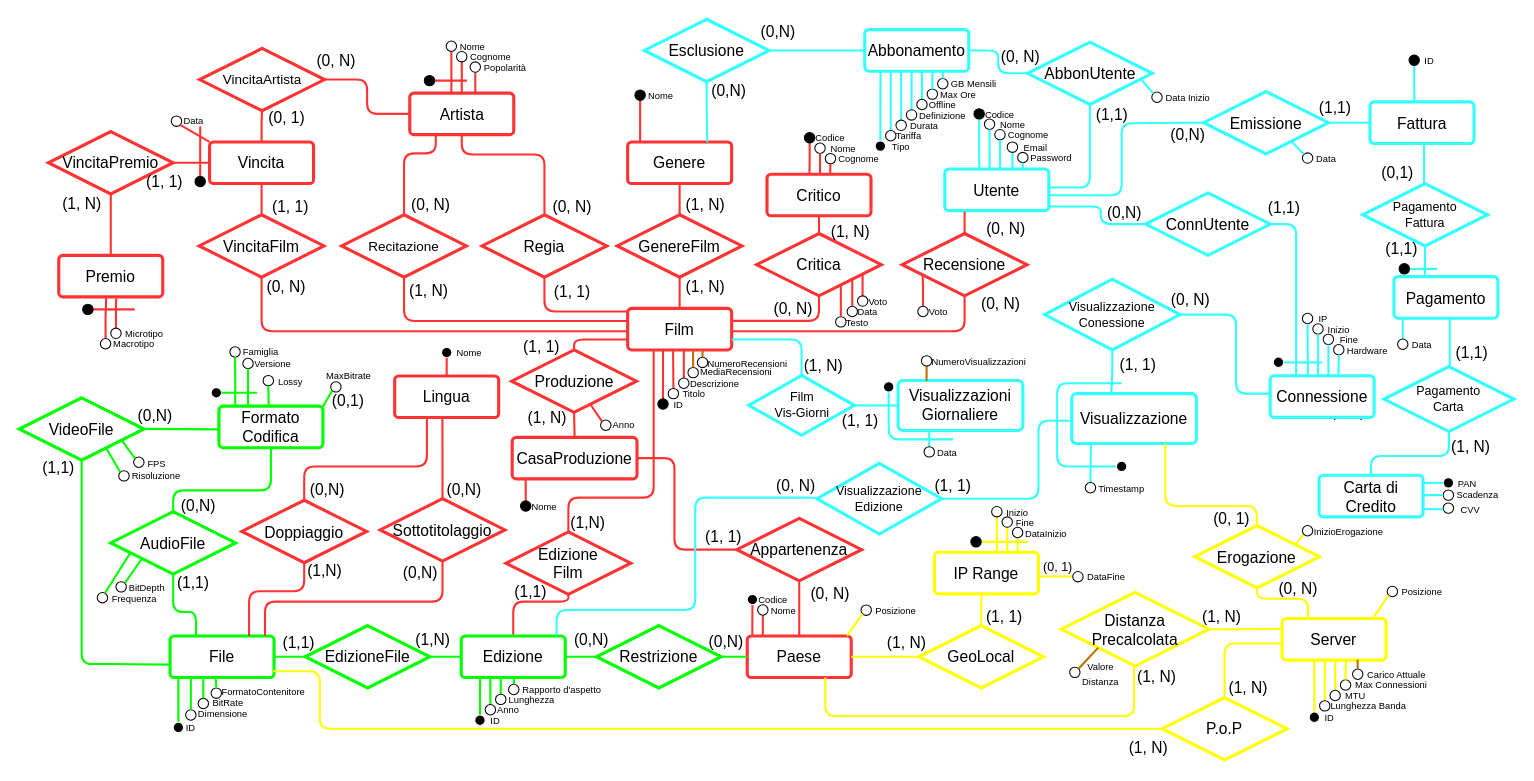
Richie314/FilmSphere keeps this draw.io diagram as page "ER - ristrutturato" (2 of 2) of ER.drawio. Above is the earlier version. Source tidied: cells renumbered, new cells numbered last; positions are measured from the earlier drawing's top-left corner, leaving out a move shared by most shapes. Both pictures are drawn from the tidied source at 104%, with x=0, y=0 at pixel (19, 19).
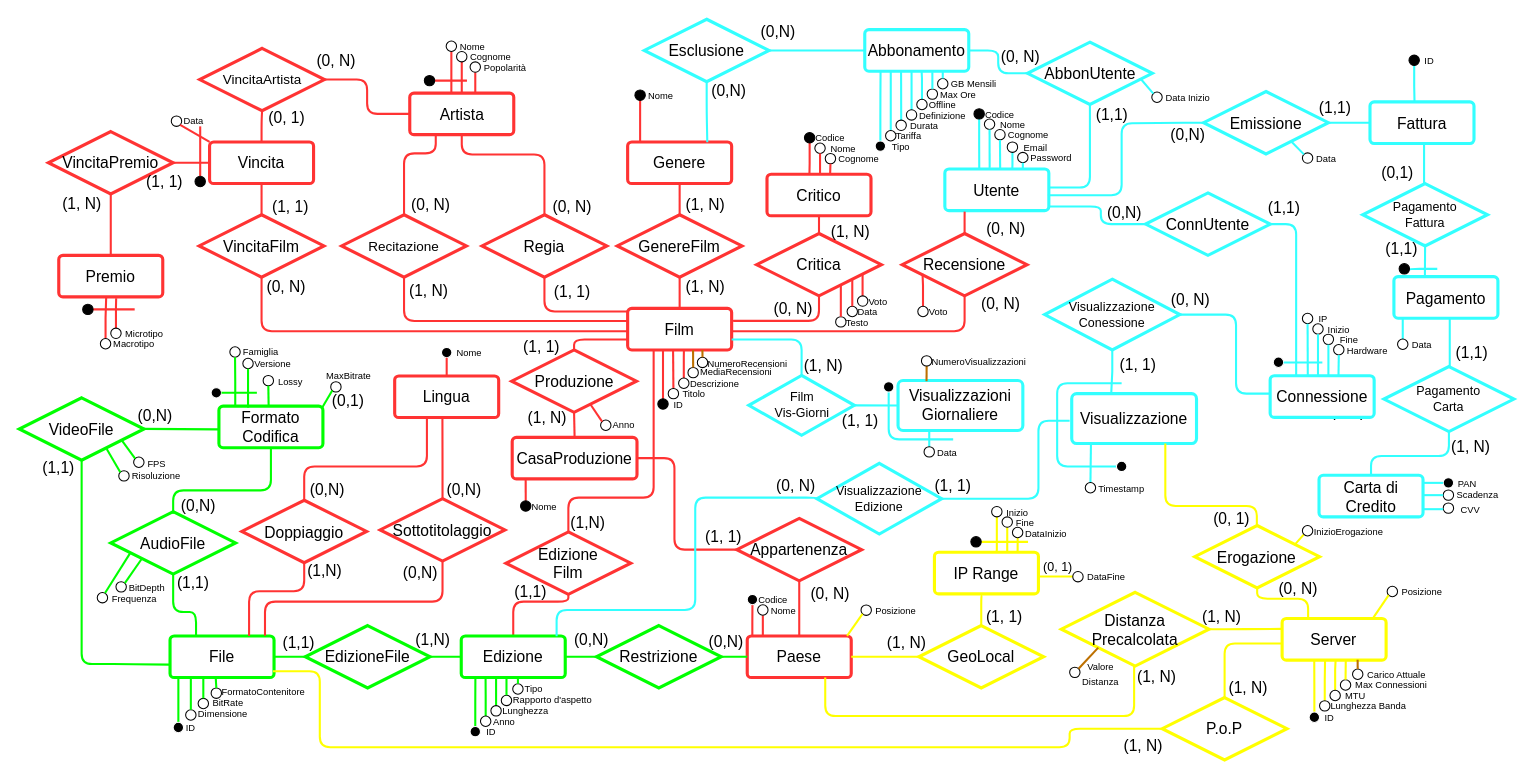
The same diagram, later.

The change refers to these unchanged cells:
```xml
<mxCell id="27" value="&lt;font style=&quot;font-size: 15px;&quot;&gt;Edizione&lt;/font&gt;" style="rounded=1;arcSize=10;whiteSpace=wrap;html=1;align=center;strokeColor=#00FF00;strokeWidth=3;" parent="1" vertex="1">
  <mxGeometry x="425" y="593" width="100" height="40" as="geometry" />
</mxCell>
```

Change to the diagram source:
```diff
@@
     <mxCell id="73" style="edgeStyle=orthogonalEdgeStyle;shape=connector;rounded=1;orthogonalLoop=1;jettySize=auto;html=1;labelBackgroundColor=default;strokeColor=#FFFF00;strokeWidth=2;fontFamily=Helvetica;fontSize=11;fontColor=default;endArrow=none;endFill=0;entryX=0;entryY=0.5;entryDx=0;entryDy=0;exitX=1;exitY=0.75;exitDx=0;exitDy=0;" parent="1" edge="1">
       <mxGeometry relative="1" as="geometry">
         <mxPoint x="244" y="627" as="sourcePoint" />
         <mxPoint x="1098" y="682.3" as="targetPoint" />
         <Array as="points">
           <mxPoint x="289" y="627" />
-          <mxPoint x="289" y="682" />
+          <mxPoint x="289" y="700" />
+          <mxPoint x="1010" y="700" />
+          <mxPoint x="1010" y="682" />
         </Array>
       </mxGeometry>
     </mxCell>
@@
-    <mxCell id="147" style="edgeStyle=orthogonalEdgeStyle;shape=connector;rounded=0;jettySize=auto;html=1;entryX=0.551;entryY=1.018;entryDx=0;entryDy=0;entryPerimeter=0;labelBackgroundColor=default;strokeColor=#00FF00;strokeWidth=2;fontFamily=Helvetica;fontSize=11;fontColor=default;endArrow=none;endFill=0;" parent="1" edge="1" source="148">
-      <mxGeometry relative="1" as="geometry">
-        <mxPoint x="443.1" y="633.7" as="targetPoint" />
-      </mxGeometry>
-    </mxCell>
-    <mxCell id="148" style="ellipse;whiteSpace=wrap;html=1;fillColor=#000000;strokeColor=#FFFFFF;" parent="1" vertex="1">
-      <mxGeometry x="438" y="669" width="10" height="10" as="geometry" />
-    </mxCell>
-    <mxCell id="149" style="edgeStyle=orthogonalEdgeStyle;shape=connector;rounded=0;jettySize=auto;html=1;entryX=0.649;entryY=1.032;entryDx=0;entryDy=0;entryPerimeter=0;labelBackgroundColor=default;strokeColor=#00FF00;strokeWidth=2;fontFamily=Helvetica;fontSize=11;fontColor=default;endArrow=none;endFill=0;" parent="1" edge="1" source="150">
-      <mxGeometry relative="1" as="geometry">
-        <mxPoint x="452.9" y="634.3" as="targetPoint" />
-      </mxGeometry>
-    </mxCell>
-    <mxCell id="150" style="ellipse;whiteSpace=wrap;html=1;fillColor=#FFFFFF;strokeColor=#000000;" parent="1" vertex="1">
-      <mxGeometry x="448" y="659" width="10" height="10" as="geometry" />
-    </mxCell>
-    <mxCell id="151" style="edgeStyle=orthogonalEdgeStyle;shape=connector;rounded=0;jettySize=auto;html=1;labelBackgroundColor=default;strokeColor=#00FF00;strokeWidth=2;fontFamily=Helvetica;fontSize=11;fontColor=default;endArrow=none;endFill=0;exitX=0.5;exitY=0;exitDx=0;exitDy=0;" parent="1" edge="1" source="152">
-      <mxGeometry relative="1" as="geometry">
-        <mxPoint x="463" y="632" as="targetPoint" />
-      </mxGeometry>
-    </mxCell>
-    <mxCell id="152" style="ellipse;whiteSpace=wrap;html=1;fillColor=#FFFFFF;strokeColor=#000000;" parent="1" vertex="1">
-      <mxGeometry x="458" y="649" width="10" height="10" as="geometry" />
-    </mxCell>
-    <mxCell id="153" value="&lt;font style=&quot;font-size: 9px;&quot;&gt;ID&lt;br&gt;&lt;/font&gt;" style="text;html=1;strokeColor=none;fillColor=none;align=center;verticalAlign=middle;whiteSpace=wrap;rounded=0;" parent="1" vertex="1">
-      <mxGeometry x="448" y="669" width="20" height="10" as="geometry" />
-    </mxCell>
-    <mxCell id="154" value="&lt;font style=&quot;font-size: 9px;&quot;&gt;Anno&lt;br&gt;&lt;/font&gt;" style="text;html=1;strokeColor=none;fillColor=none;align=center;verticalAlign=middle;whiteSpace=wrap;rounded=0;" parent="1" vertex="1">
-      <mxGeometry x="458" y="659" width="25" height="10" as="geometry" />
-    </mxCell>
-    <mxCell id="155" value="&lt;font style=&quot;font-size: 9px;&quot;&gt;Lunghezza&lt;br&gt;&lt;/font&gt;" style="text;html=1;strokeColor=none;fillColor=none;align=center;verticalAlign=middle;whiteSpace=wrap;rounded=0;" parent="1" vertex="1">
-      <mxGeometry x="468" y="649" width="50" height="10" as="geometry" />
-    </mxCell>
@@
-    <mxCell id="207" value="&lt;font style=&quot;font-size: 9px;&quot;&gt;Rapporto d'aspetto&lt;br&gt;&lt;/font&gt;" style="text;html=1;strokeColor=none;fillColor=none;align=center;verticalAlign=middle;whiteSpace=wrap;rounded=0;" parent="1" vertex="1">
-      <mxGeometry x="478.5" y="638.5" width="86" height="11" as="geometry" />
-    </mxCell>
-    <mxCell id="208" style="ellipse;whiteSpace=wrap;html=1;fillColor=#FFFFFF;strokeColor=#000000;" parent="1" vertex="1">
-      <mxGeometry x="470.5" y="639.5" width="10" height="10" as="geometry" />
-    </mxCell>
@@
-    <mxCell id="275" style="edgeStyle=orthogonalEdgeStyle;shape=connector;rounded=0;jettySize=auto;html=1;labelBackgroundColor=default;strokeColor=#00FF00;strokeWidth=2;fontFamily=Helvetica;fontSize=11;fontColor=default;endArrow=none;endFill=0;exitX=0.509;exitY=0.988;exitDx=0;exitDy=0;entryX=0.5;entryY=0;entryDx=0;entryDy=0;exitPerimeter=0;" parent="1" edge="1" source="27" target="208">
-      <mxGeometry relative="1" as="geometry" />
-    </mxCell>
@@
     <mxCell id="291" value="&lt;font style=&quot;font-size: 15px;&quot;&gt;(1, N)&lt;/font&gt;" style="text;html=1;strokeColor=none;fillColor=none;align=center;verticalAlign=middle;whiteSpace=wrap;rounded=0;" parent="1" vertex="1">
-      <mxGeometry x="1056" y="685.2" width="60" height="30" as="geometry" />
+      <mxGeometry x="1056" y="685.2" width="49.5" height="24.8" as="geometry" />
     </mxCell>
@@
+    <mxCell id="433" style="edgeStyle=orthogonalEdgeStyle;shape=connector;rounded=0;jettySize=auto;html=1;entryX=0.551;entryY=1.018;entryDx=0;entryDy=0;entryPerimeter=0;labelBackgroundColor=default;strokeColor=#00FF00;strokeWidth=2;fontFamily=Helvetica;fontSize=11;fontColor=default;endArrow=none;endFill=0;" parent="1" edge="1" source="434">
+      <mxGeometry relative="1" as="geometry">
+        <mxPoint x="438.6" y="633.7" as="targetPoint" />
+      </mxGeometry>
+    </mxCell>
+    <mxCell id="434" style="ellipse;whiteSpace=wrap;html=1;fillColor=#000000;strokeColor=#FFFFFF;" parent="1" vertex="1">
+      <mxGeometry x="433.5" y="680" width="10" height="10" as="geometry" />
+    </mxCell>
+    <mxCell id="435" style="edgeStyle=orthogonalEdgeStyle;shape=connector;rounded=0;jettySize=auto;html=1;entryX=0.649;entryY=1.032;entryDx=0;entryDy=0;entryPerimeter=0;labelBackgroundColor=default;strokeColor=#00FF00;strokeWidth=2;fontFamily=Helvetica;fontSize=11;fontColor=default;endArrow=none;endFill=0;" parent="1" edge="1" source="436">
+      <mxGeometry relative="1" as="geometry">
+        <mxPoint x="448.4" y="634.3" as="targetPoint" />
+      </mxGeometry>
+    </mxCell>
+    <mxCell id="436" style="ellipse;whiteSpace=wrap;html=1;fillColor=#FFFFFF;strokeColor=#000000;" parent="1" vertex="1">
+      <mxGeometry x="443.5" y="670" width="10" height="10" as="geometry" />
+    </mxCell>
+    <mxCell id="437" style="edgeStyle=orthogonalEdgeStyle;shape=connector;rounded=0;jettySize=auto;html=1;entryX=0.75;entryY=1;entryDx=0;entryDy=0;labelBackgroundColor=default;strokeColor=#00FF00;strokeWidth=2;fontFamily=Helvetica;fontSize=11;fontColor=default;endArrow=none;endFill=0;" parent="1" edge="1" source="438">
+      <mxGeometry relative="1" as="geometry">
+        <mxPoint x="458.5" y="633" as="targetPoint" />
+      </mxGeometry>
+    </mxCell>
+    <mxCell id="438" style="ellipse;whiteSpace=wrap;html=1;fillColor=#FFFFFF;strokeColor=#000000;" parent="1" vertex="1">
+      <mxGeometry x="453.5" y="660" width="10" height="10" as="geometry" />
+    </mxCell>
+    <mxCell id="439" style="ellipse;whiteSpace=wrap;html=1;fillColor=#FFFFFF;strokeColor=#000000;" parent="1" vertex="1">
+      <mxGeometry x="463.5" y="650" width="10" height="10" as="geometry" />
+    </mxCell>
+    <mxCell id="153" value="&lt;font style=&quot;font-size: 9px;&quot;&gt;ID&lt;br&gt;&lt;/font&gt;" style="text;html=1;strokeColor=none;fillColor=none;align=center;verticalAlign=middle;whiteSpace=wrap;rounded=0;" parent="1" vertex="1">
+      <mxGeometry x="443.5" y="680" width="20" height="10" as="geometry" />
+    </mxCell>
+    <mxCell id="154" value="&lt;font style=&quot;font-size: 9px;&quot;&gt;Anno&lt;br&gt;&lt;/font&gt;" style="text;html=1;strokeColor=none;fillColor=none;align=center;verticalAlign=middle;whiteSpace=wrap;rounded=0;" parent="1" vertex="1">
+      <mxGeometry x="453.5" y="670" width="25" height="10" as="geometry" />
+    </mxCell>
+    <mxCell id="155" value="&lt;font style=&quot;font-size: 9px;&quot;&gt;Lunghezza&lt;br&gt;&lt;/font&gt;" style="text;html=1;strokeColor=none;fillColor=none;align=center;verticalAlign=middle;whiteSpace=wrap;rounded=0;" parent="1" vertex="1">
+      <mxGeometry x="463.5" y="660" width="46" height="10" as="geometry" />
+    </mxCell>
+    <mxCell id="440" style="edgeStyle=orthogonalEdgeStyle;shape=connector;rounded=0;jettySize=auto;html=1;entryX=0.85;entryY=1.017;entryDx=0;entryDy=0;labelBackgroundColor=default;strokeColor=#00FF00;strokeWidth=2;fontFamily=Helvetica;fontSize=11;fontColor=default;endArrow=none;endFill=0;entryPerimeter=0;exitX=0.5;exitY=0;exitDx=0;exitDy=0;" parent="1" edge="1" source="439">
+      <mxGeometry relative="1" as="geometry">
+        <mxPoint x="468.5" y="633.7" as="targetPoint" />
+      </mxGeometry>
+    </mxCell>
+    <mxCell id="207" value="&lt;font style=&quot;font-size: 9px;&quot;&gt;Rapporto d'aspetto&lt;br&gt;&lt;/font&gt;" style="text;html=1;strokeColor=none;fillColor=none;align=center;verticalAlign=middle;whiteSpace=wrap;rounded=0;" parent="1" vertex="1">
+      <mxGeometry x="474" y="647" width="77.5" height="14" as="geometry" />
+    </mxCell>
+    <mxCell id="441" style="ellipse;whiteSpace=wrap;html=1;fillColor=#FFFFFF;strokeColor=#000000;" parent="1" vertex="1">
+      <mxGeometry x="474.5" y="639" width="10" height="10" as="geometry" />
+    </mxCell>
+    <mxCell id="442" value="&lt;font style=&quot;font-size: 9px;&quot;&gt;Tipo&lt;br&gt;&lt;/font&gt;" style="text;html=1;strokeColor=none;fillColor=none;align=center;verticalAlign=middle;whiteSpace=wrap;rounded=0;" parent="1" vertex="1">
+      <mxGeometry x="484.5" y="636" width="20" height="14" as="geometry" />
+    </mxCell>
+    <mxCell id="443" style="edgeStyle=orthogonalEdgeStyle;shape=connector;rounded=0;jettySize=auto;html=1;entryX=0.5;entryY=0;entryDx=0;entryDy=0;labelBackgroundColor=default;strokeColor=#00FF00;strokeWidth=2;fontFamily=Helvetica;fontSize=11;fontColor=default;endArrow=none;endFill=0;exitX=0.61;exitY=1;exitDx=0;exitDy=0;exitPerimeter=0;" parent="1" edge="1" target="441">
+      <mxGeometry relative="1" as="geometry">
+        <mxPoint x="479.5" y="633" as="sourcePoint" />
+      </mxGeometry>
+    </mxCell>
```
